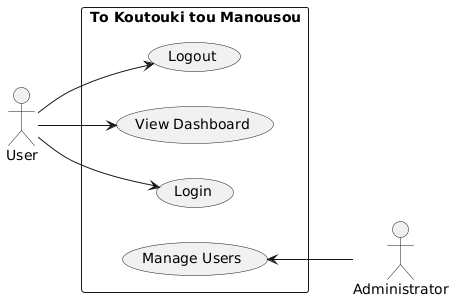
The PlantUML diagram use-case.png in softwareDesign24/collaborateUML-ucd, before a commit.
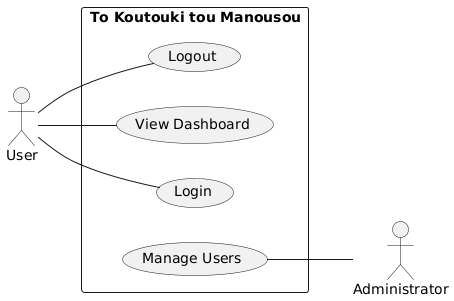
After the commit.

Commit message:
Automated UML diagram generation

Diff of the diagram source:
```diff
@@ -12,9 +12,9 @@
   usecase "Manage Users" as UC4
 }
 
-usr --> UC1
-usr --> UC2
-usr --> UC3
-admin -up-> UC4
+usr -- UC1
+usr -- UC2
+usr -- UC3
+admin -up- UC4
 
 @enduml
```
